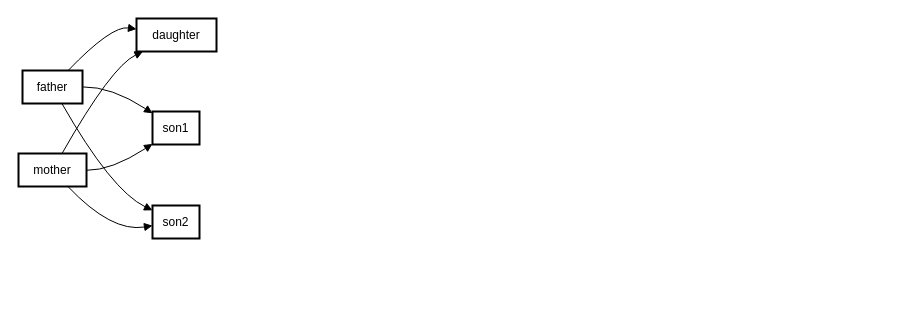
Before: Untitled Diagram.drawio in MawaJunnatul/AI-Lab-4-1, a draw.io diagram. Source tidied: cells renumbered, new cells numbered last; positions are measured from the earlier drawing's top-left corner, leaving out a move shared by most shapes. Both pictures are drawn from the tidied source at 100%, with x=0, y=0 at pixel (18, 18).
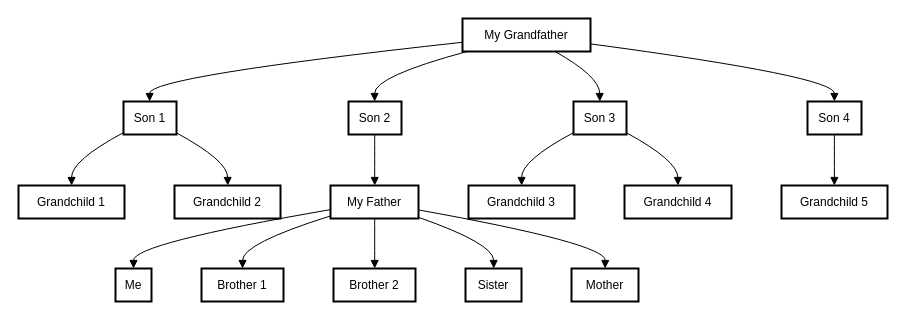
After the change.

Diff of the diagram source:
```diff
@@
-    <mxCell id="2" value="father" style="whiteSpace=wrap;strokeWidth=2;" parent="1" vertex="1">
-      <mxGeometry x="4" y="52" width="60" height="33" as="geometry" />
+    <mxCell id="2" value="My Grandfather" style="whiteSpace=wrap;strokeWidth=2;" parent="1" vertex="1">
+      <mxGeometry x="444" width="128" height="33" as="geometry" />
     </mxCell>
-    <mxCell id="3" value="daughter" style="whiteSpace=wrap;strokeWidth=2;" parent="1" vertex="1">
-      <mxGeometry x="118" width="80" height="33" as="geometry" />
+    <mxCell id="3" value="Son 1" style="whiteSpace=wrap;strokeWidth=2;" parent="1" vertex="1">
+      <mxGeometry x="105" y="83" width="53" height="33" as="geometry" />
     </mxCell>
-    <mxCell id="4" value="son1" style="whiteSpace=wrap;strokeWidth=2;" parent="1" vertex="1">
-      <mxGeometry x="134" y="93" width="47" height="33" as="geometry" />
+    <mxCell id="4" value="Son 2" style="whiteSpace=wrap;strokeWidth=2;" parent="1" vertex="1">
+      <mxGeometry x="330" y="83" width="53" height="33" as="geometry" />
     </mxCell>
-    <mxCell id="5" value="son2" style="whiteSpace=wrap;strokeWidth=2;" parent="1" vertex="1">
-      <mxGeometry x="134" y="187" width="47" height="33" as="geometry" />
+    <mxCell id="5" value="Son 3" style="whiteSpace=wrap;strokeWidth=2;" parent="1" vertex="1">
+      <mxGeometry x="555" y="83" width="53" height="33" as="geometry" />
     </mxCell>
-    <mxCell id="6" value="mother" style="whiteSpace=wrap;strokeWidth=2;" parent="1" vertex="1">
-      <mxGeometry y="135" width="68" height="33" as="geometry" />
+    <mxCell id="6" value="Son 4" style="whiteSpace=wrap;strokeWidth=2;" parent="1" vertex="1">
+      <mxGeometry x="789" y="83" width="54" height="33" as="geometry" />
     </mxCell>
-    <mxCell id="7" style="curved=1;startArrow=none;endArrow=block;exitX=0.7648794335946811;exitY=-0.009090885971531723;entryX=-0.0015039443969726562;entryY=0.31948525908662057;" parent="1" edge="1" source="2" target="3">
-      <mxGeometry relative="1" as="geometry">
-        <Array as="points">
-          <mxPoint x="93" y="7" />
-        </Array>
-      </mxGeometry>
+    <mxCell id="7" value="Grandchild 1" style="whiteSpace=wrap;strokeWidth=2;" parent="1" vertex="1">
+      <mxGeometry y="167" width="106" height="33" as="geometry" />
     </mxCell>
-    <mxCell id="8" style="curved=1;startArrow=none;endArrow=block;exitX=1.001770814259847;exitY=0.4969697432084517;entryX=0.007081092672145113;entryY=0.05975935733515831;" parent="1" edge="1" source="2" target="4">
-      <mxGeometry relative="1" as="geometry">
-        <Array as="points">
-          <mxPoint x="93" y="68" />
-        </Array>
-      </mxGeometry>
+    <mxCell id="8" value="Grandchild 2" style="whiteSpace=wrap;strokeWidth=2;" parent="1" vertex="1">
+      <mxGeometry x="156" y="167" width="106" height="33" as="geometry" />
     </mxCell>
-    <mxCell id="9" style="curved=1;startArrow=none;endArrow=block;exitX=0.657652334229397;exitY=1.003030372388435;entryX=0.007081092672145113;entryY=0.1515110438615276;" parent="1" edge="1" source="2" target="5">
-      <mxGeometry relative="1" as="geometry">
-        <Array as="points">
-          <mxPoint x="93" y="172" />
-        </Array>
-      </mxGeometry>
+    <mxCell id="9" value="My Father" style="whiteSpace=wrap;strokeWidth=2;" parent="1" vertex="1">
+      <mxGeometry x="312" y="167" width="88" height="33" as="geometry" />
     </mxCell>
-    <mxCell id="10" style="curved=1;startArrow=none;endArrow=block;exitX=0.6391050007906444;exitY=0.0030303723884351325;entryX=0.0707740074355561;entryY=1.0121212583599668;" parent="1" edge="1" source="6" target="3">
-      <mxGeometry relative="1" as="geometry">
-        <Array as="points">
-          <mxPoint x="93" y="48" />
-        </Array>
-      </mxGeometry>
+    <mxCell id="10" value="Grandchild 3" style="whiteSpace=wrap;strokeWidth=2;" parent="1" vertex="1">
+      <mxGeometry x="450" y="167" width="106" height="33" as="geometry" />
     </mxCell>
-    <mxCell id="11" style="curved=1;startArrow=none;endArrow=block;exitX=0.9982306536506204;exitY=0.5090910015684186;entryX=0.007081092672145113;entryY=0.9766044177447423;" parent="1" edge="1" source="6" target="4">
-      <mxGeometry relative="1" as="geometry">
-        <Array as="points">
-          <mxPoint x="93" y="152" />
-        </Array>
-      </mxGeometry>
+    <mxCell id="11" value="Grandchild 4" style="whiteSpace=wrap;strokeWidth=2;" parent="1" vertex="1">
+      <mxGeometry x="606" y="167" width="107" height="33" as="geometry" />
     </mxCell>
-    <mxCell id="12" style="curved=1;startArrow=none;endArrow=block;exitX=0.7337171472894246;exitY=1.015151630748402;entryX=0.007081092672145113;entryY=0.60993357406632;" parent="1" edge="1" source="6" target="5">
-      <mxGeometry relative="1" as="geometry">
-        <Array as="points">
-          <mxPoint x="93" y="214" />
-        </Array>
-      </mxGeometry>
+    <mxCell id="12" value="Grandchild 5" style="whiteSpace=wrap;strokeWidth=2;" parent="1" vertex="1">
+      <mxGeometry x="763" y="167" width="106" height="33" as="geometry" />
     </mxCell>
+    <mxCell id="13" value="Me" style="whiteSpace=wrap;strokeWidth=2;" parent="1" vertex="1">
+      <mxGeometry x="97" y="250" width="36" height="33" as="geometry" />
+    </mxCell>
+    <mxCell id="14" value="Brother 1" style="whiteSpace=wrap;strokeWidth=2;" parent="1" vertex="1">
+      <mxGeometry x="183" y="250" width="82" height="33" as="geometry" />
+    </mxCell>
+    <mxCell id="15" value="Brother 2" style="whiteSpace=wrap;strokeWidth=2;" parent="1" vertex="1">
+      <mxGeometry x="315" y="250" width="82" height="33" as="geometry" />
+    </mxCell>
+    <mxCell id="16" value="Sister" style="whiteSpace=wrap;strokeWidth=2;" parent="1" vertex="1">
+      <mxGeometry x="447" y="250" width="56" height="33" as="geometry" />
+    </mxCell>
+    <mxCell id="17" value="Mother" style="whiteSpace=wrap;strokeWidth=2;" parent="1" vertex="1">
+      <mxGeometry x="553" y="250" width="67" height="33" as="geometry" />
+    </mxCell>
+    <mxCell id="18" style="curved=1;startArrow=none;endArrow=block;exitX=-0.002389460802078247;exitY=0.7212644410735403;entryX=0.49386798210863797;entryY=0.012121258359966856;" parent="1" edge="1" source="2" target="3">
+      <mxGeometry relative="1" as="geometry">
+        <Array as="points">
+          <mxPoint x="131" y="58" />
+        </Array>
+      </mxGeometry>
+    </mxCell>
+    <mxCell id="19" style="curved=1;startArrow=none;endArrow=block;exitX=0.024287148928627378;exitY=1.0121212583599668;entryX=0.49414811044369106;entryY=0.012121258359966856;" parent="1" edge="1" source="2" target="4">
+      <mxGeometry relative="1" as="geometry">
+        <Array as="points">
+          <mxPoint x="356" y="58" />
+        </Array>
+      </mxGeometry>
+    </mxCell>
+    <mxCell id="20" style="curved=1;startArrow=none;endArrow=block;exitX=0.7286194590131396;exitY=1.0121212583599668;entryX=0.49634451236364974;entryY=0.012121258359966856;" parent="1" edge="1" source="2" target="5">
+      <mxGeometry relative="1" as="geometry">
+        <Array as="points">
+          <mxPoint x="581" y="58" />
+        </Array>
+      </mxGeometry>
+    </mxCell>
+    <mxCell id="21" style="curved=1;startArrow=none;endArrow=block;exitX=0.9999298751354218;exitY=0.7692170497334057;entryX=0.49765650431315106;entryY=0.012121258359966856;" parent="1" edge="1" source="2" target="6">
+      <mxGeometry relative="1" as="geometry">
+        <Array as="points">
+          <mxPoint x="816" y="58" />
+        </Array>
+      </mxGeometry>
+    </mxCell>
+    <mxCell id="22" style="curved=1;startArrow=none;endArrow=block;exitX=-0.008372576731555868;exitY=0.948934824061654;entryX=0.5008254860931972;entryY=-0.006060513583096591;" parent="1" edge="1" source="3" target="7">
+      <mxGeometry relative="1" as="geometry">
+        <Array as="points">
+          <mxPoint x="53" y="142" />
+        </Array>
+      </mxGeometry>
+    </mxCell>
+    <mxCell id="23" style="curved=1;startArrow=none;endArrow=block;exitX=0.9961085409488318;exitY=0.948934824061654;entryX=0.5024764582795916;entryY=-0.006060513583096591;" parent="1" edge="1" source="3" target="8">
+      <mxGeometry relative="1" as="geometry">
+        <Array as="points">
+          <mxPoint x="209" y="142" />
+        </Array>
+      </mxGeometry>
+    </mxCell>
+    <mxCell id="24" style="curved=1;startArrow=none;endArrow=block;exitX=0.49414811044369106;exitY=1.0242425167199336;entryX=0.5021573846990411;entryY=-0.006060513583096591;" parent="1" edge="1" source="4" target="9">
+      <mxGeometry relative="1" as="geometry" />
+    </mxCell>
+    <mxCell id="25" style="curved=1;startArrow=none;endArrow=block;exitX=-0.0058960464765440744;exitY=0.9483753040615038;entryX=0.5011056144282503;entryY=-0.006060513583096591;" parent="1" edge="1" source="5" target="10">
+      <mxGeometry relative="1" as="geometry">
+        <Array as="points">
+          <mxPoint x="503" y="142" />
+        </Array>
+      </mxGeometry>
+    </mxCell>
+    <mxCell id="26" style="curved=1;startArrow=none;endArrow=block;exitX=0.9985850712038437;exitY=0.9483753040615038;entryX=0.49995629141263875;entryY=-0.006060513583096591;" parent="1" edge="1" source="5" target="11">
+      <mxGeometry relative="1" as="geometry">
+        <Array as="points">
+          <mxPoint x="659" y="142" />
+        </Array>
+      </mxGeometry>
+    </mxCell>
+    <mxCell id="27" style="curved=1;startArrow=none;endArrow=block;exitX=0.49765650431315106;exitY=1.0242425167199336;entryX=0.49880614370669957;entryY=-0.006060513583096591;" parent="1" edge="1" source="6" target="12">
+      <mxGeometry relative="1" as="geometry" />
+    </mxCell>
+    <mxCell id="28" style="curved=1;startArrow=none;endArrow=block;exitX=0.00397734208540483;exitY=0.7297279911936673;entryX=0.5012587441338433;entryY=0.006060744776870265;" parent="1" edge="1" source="9" target="13">
+      <mxGeometry relative="1" as="geometry">
+        <Array as="points">
+          <mxPoint x="115" y="225" />
+        </Array>
+      </mxGeometry>
+    </mxCell>
+    <mxCell id="29" style="curved=1;startArrow=none;endArrow=block;exitX=0.00397734208540483;exitY=0.9193216822353074;entryX=0.5009432536799733;entryY=0.006060744776870265;" parent="1" edge="1" source="9" target="14">
+      <mxGeometry relative="1" as="geometry">
+        <Array as="points">
+          <mxPoint x="224" y="225" />
+        </Array>
+      </mxGeometry>
+    </mxCell>
+    <mxCell id="30" style="curved=1;startArrow=none;endArrow=block;exitX=0.5021573846990411;exitY=1.0060607447768704;entryX=0.5023152421160442;entryY=0.006060744776870265;" parent="1" edge="1" source="9" target="15">
+      <mxGeometry relative="1" as="geometry" />
+    </mxCell>
+    <mxCell id="31" style="curved=1;startArrow=none;endArrow=block;exitX=1.0003374273126775;exitY=0.9652972362820739;entryX=0.5044365269797189;entryY=0.006060744776870265;" parent="1" edge="1" source="9" target="16">
+      <mxGeometry relative="1" as="geometry">
+        <Array as="points">
+          <mxPoint x="475" y="225" />
+        </Array>
+      </mxGeometry>
+    </mxCell>
+    <mxCell id="32" style="curved=1;startArrow=none;endArrow=block;exitX=1.0003374273126775;exitY=0.7404036819978356;entryX=0.5018774573482684;entryY=0.006060744776870265;" parent="1" edge="1" source="9" target="17">
+      <mxGeometry relative="1" as="geometry">
+        <Array as="points">
+          <mxPoint x="587" y="225" />
+        </Array>
+      </mxGeometry>
+    </mxCell>
```
